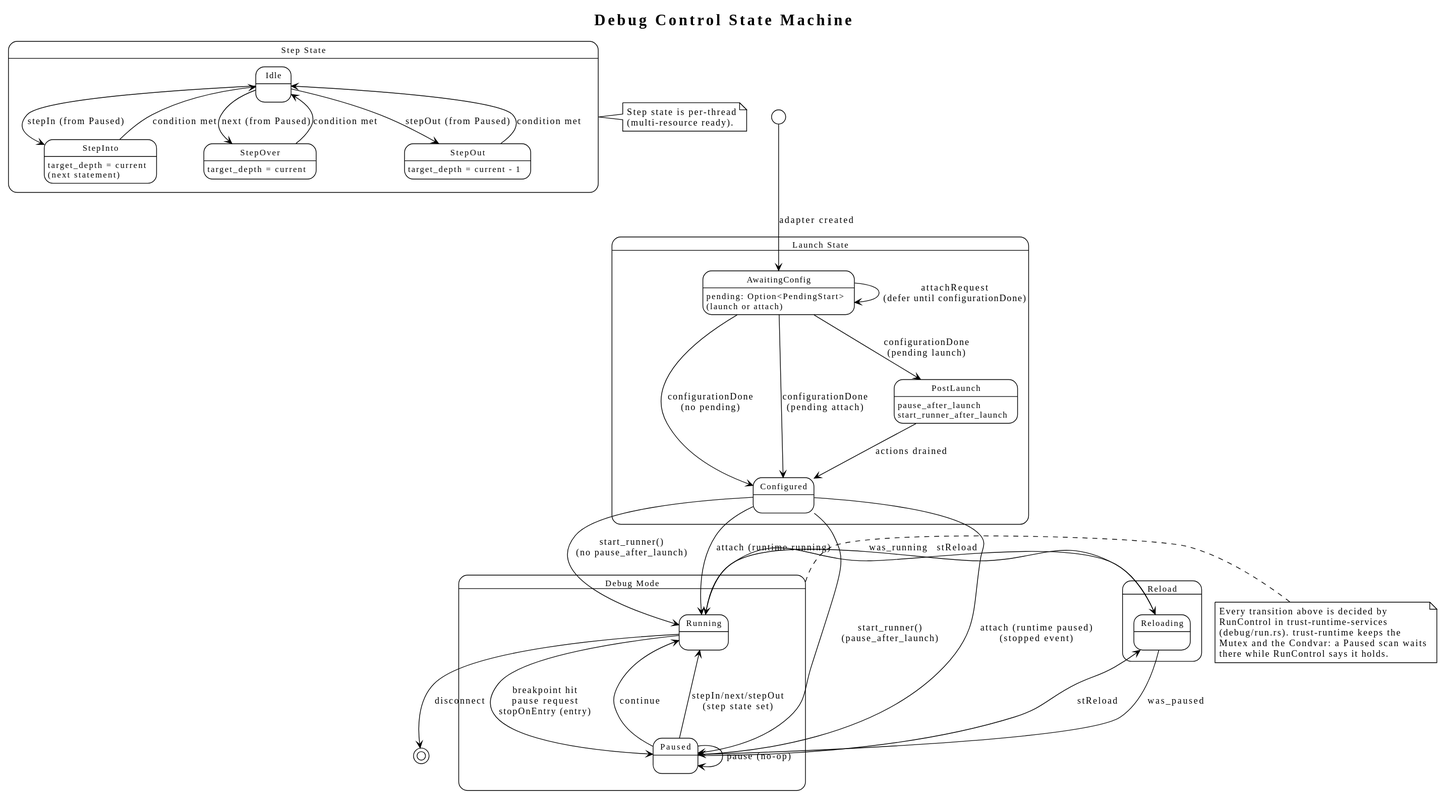
johannesPettersson80/trust-platform keeps this PlantUML diagram as docs/diagrams/generated/debug-state-machine.svg. Above is the earlier version. Its diagram source:
```plantuml
@startuml
!theme plain
skinparam stateFontSize 12

title Debug Control State Machine

[*] --> AwaitingConfig : adapter created

state "Launch State" as launch {
    state AwaitingConfig {
        AwaitingConfig : pending: Option<PendingStart>\n(launch or attach)
    }

    state Configured

    state PostLaunch {
        PostLaunch : pause_after_launch
        PostLaunch : start_runner_after_launch
    }

    AwaitingConfig --> Configured : configurationDone\n(no pending)
    AwaitingConfig --> PostLaunch : configurationDone\n(pending launch)
    AwaitingConfig --> Configured : configurationDone\n(pending attach)
    AwaitingConfig --> AwaitingConfig : attachRequest\n(defer until configurationDone)
    PostLaunch --> Configured : actions drained
}

state "Debug Mode" as debug {
    state Running
    state Paused

    Running --> Paused : breakpoint hit\npause request\nstopOnEntry (entry)
    Paused --> Running : continue
    Paused --> Paused : pause (no-op)
    Paused --> Running : stepIn/next/stepOut\n(step state set)
}

state "Step State" as step {
    state Idle
    state StepInto {
        StepInto : target_depth = current\n(next statement)
    }
    state StepOver {
        StepOver : target_depth = current
    }
    state StepOut {
        StepOut : target_depth = current - 1
    }

    Idle --> StepInto : stepIn (from Paused)
    Idle --> StepOver : next (from Paused)
    Idle --> StepOut : stepOut (from Paused)
    StepInto --> Idle : condition met
    StepOver --> Idle : condition met
    StepOut --> Idle : condition met
}

note right of step
    Step state is per-thread
    (multi-resource ready).
end note

note right of debug
    Every transition above is decided by
    RunControl in trust-runtime-services
    (debug/run.rs). trust-runtime keeps the
    Mutex and the Condvar: a Paused scan waits
    there while RunControl says it holds.
end note

Configured --> Running : start_runner()\n(no pause_after_launch)
Configured --> Paused : start_runner()\n(pause_after_launch)
Configured --> Running : attach (runtime running)
Configured --> Paused : attach (runtime paused)\n(stopped event)
Running --> [*] : disconnect

state "Reload" as reload {
    state Reloading
}

Running --> Reloading : stReload
Paused --> Reloading : stReload
Reloading --> Running : was_running
Reloading --> Paused : was_paused
@enduml
```
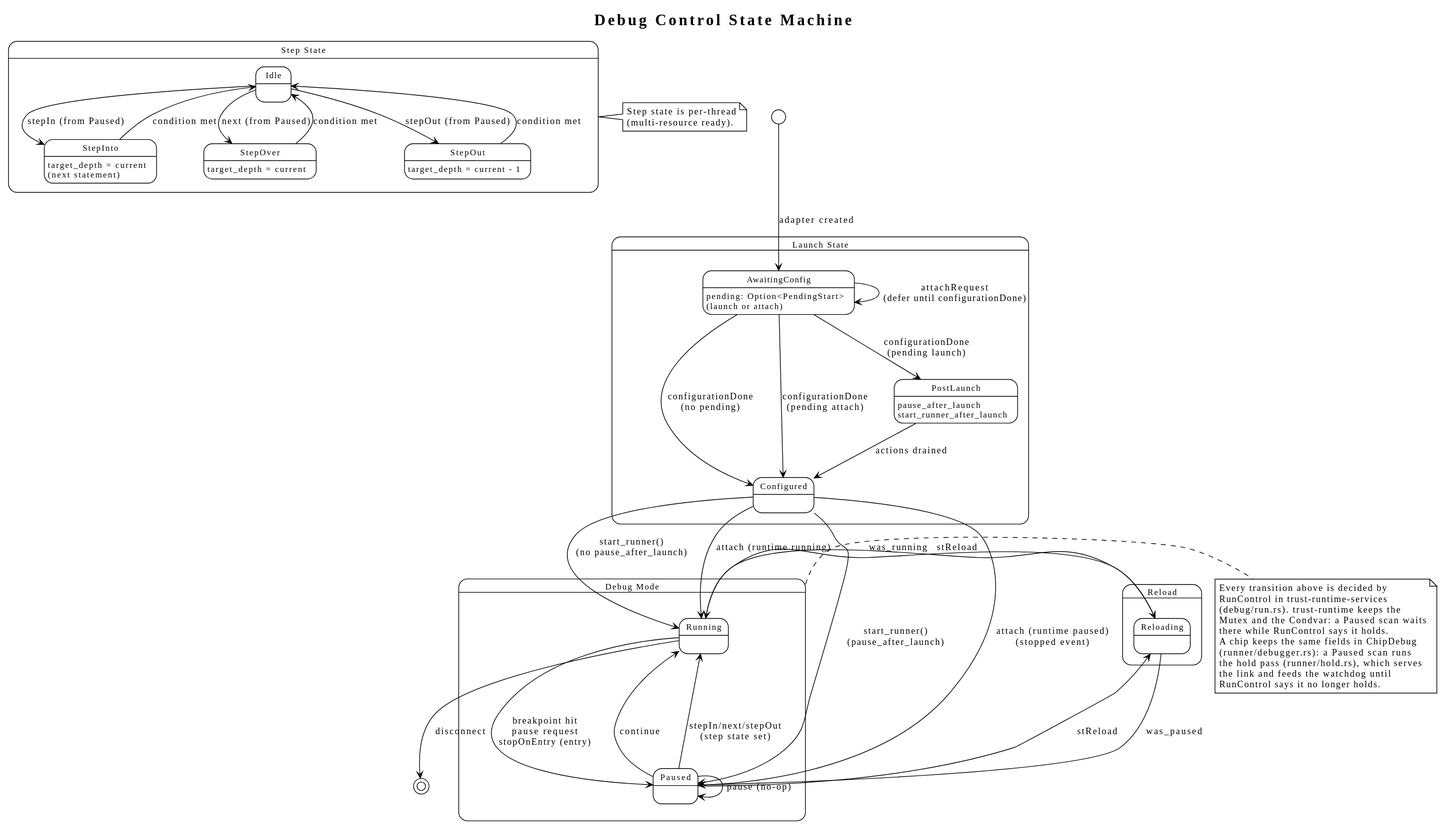
The same file after the commit.

Change to the diagram source:
```diff
@@ -66,6 +66,11 @@
     (debug/run.rs). trust-runtime keeps the
     Mutex and the Condvar: a Paused scan waits
     there while RunControl says it holds.
+    A chip keeps the same fields in ChipDebug
+    (runner/debugger.rs): a Paused scan runs
+    the hold pass (runner/hold.rs), which serves
+    the link and feeds the watchdog until
+    RunControl says it no longer holds.
 end note
 
 Configured --> Running : start_runner()\n(no pause_after_launch)
```
